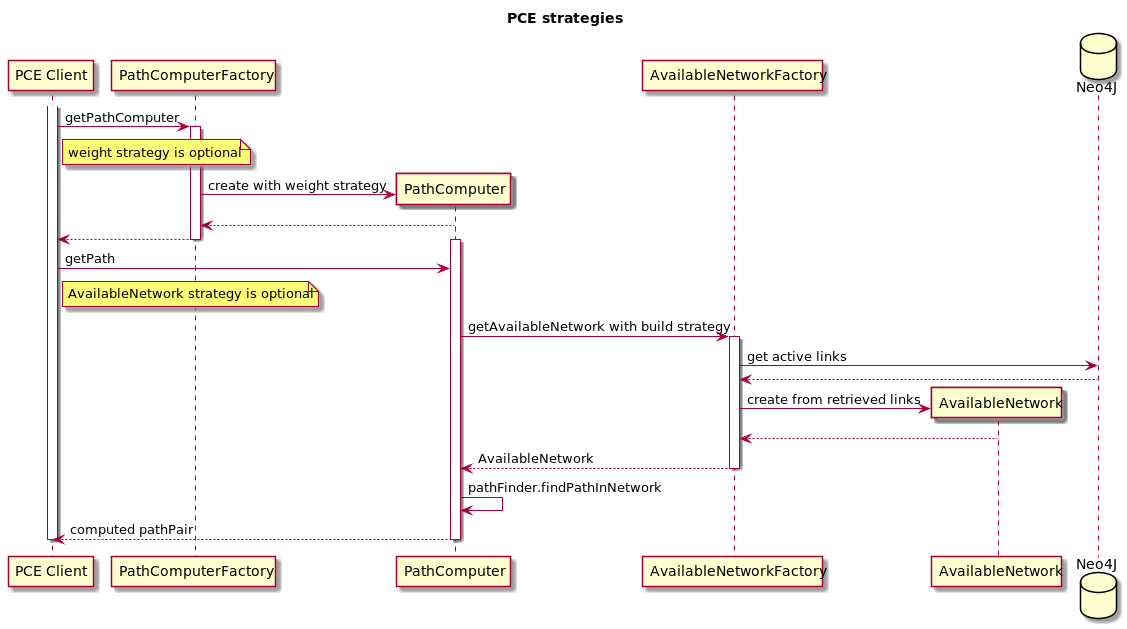
Before: docs/design/solutions/pce-weights-strategies/pce-weights-strategies.png, a diagram exported from PlantUML (telstra/open-kilda). The source it was exported from:
```plantuml
@startuml
title PCE strategies

participant "PCE Client" as Client
participant PathComputerFactory
participant PathComputer
participant AvailableNetworkFactory
participant AvailableNetwork
database Neo4J

activate Client

Client -> PathComputerFactory: getPathComputer
note right of Client: weight strategy is optional

activate PathComputerFactory
create PathComputer
PathComputerFactory -> PathComputer: create with weight strategy
PathComputer --> PathComputerFactory
PathComputerFactory --> Client
deactivate PathComputerFactory

activate PathComputer
Client -> PathComputer: getPath
note right of Client: AvailableNetwork strategy is optional

PathComputer -> AvailableNetworkFactory: getAvailableNetwork with build strategy
activate AvailableNetworkFactory
AvailableNetworkFactory -> Neo4J: get active links
Neo4J --> AvailableNetworkFactory
create AvailableNetwork
AvailableNetworkFactory -> AvailableNetwork: create from retrieved links
AvailableNetwork --> AvailableNetworkFactory
AvailableNetworkFactory --> PathComputer: AvailableNetwork
deactivate AvailableNetworkFactory

PathComputer -> PathComputer: pathFinder.findPathInNetwork
PathComputer --> Client: computed pathPair
deactivate PathComputer

deactivate Client
@enduml
```
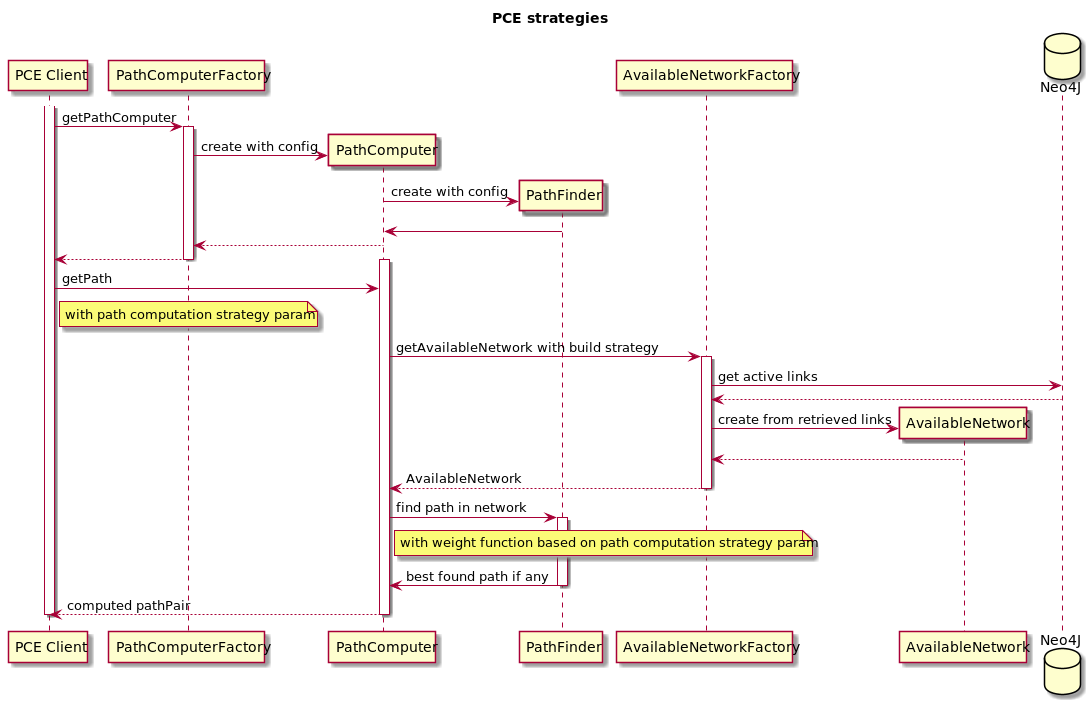
After the change.

The edit, as a diff of the source:
```diff
@@ -4,6 +4,7 @@
 participant "PCE Client" as Client
 participant PathComputerFactory
 participant PathComputer
+participant PathFinder
 participant AvailableNetworkFactory
 participant AvailableNetwork
 database Neo4J
@@ -11,18 +12,20 @@
 activate Client
 
 Client -> PathComputerFactory: getPathComputer
-note right of Client: weight strategy is optional
 
 activate PathComputerFactory
 create PathComputer
-PathComputerFactory -> PathComputer: create with weight strategy
+PathComputerFactory -> PathComputer: create with config
+create PathFinder
+PathComputer -> PathFinder: create with config
+PathFinder -> PathComputer
 PathComputer --> PathComputerFactory
 PathComputerFactory --> Client
 deactivate PathComputerFactory
 
 activate PathComputer
 Client -> PathComputer: getPath
-note right of Client: AvailableNetwork strategy is optional
+note right of Client: with path computation strategy param
 
 PathComputer -> AvailableNetworkFactory: getAvailableNetwork with build strategy
 activate AvailableNetworkFactory
@@ -34,7 +37,11 @@
 AvailableNetworkFactory --> PathComputer: AvailableNetwork
 deactivate AvailableNetworkFactory
 
-PathComputer -> PathComputer: pathFinder.findPathInNetwork
+PathComputer -> PathFinder: find path in network
+activate PathFinder
+note right of PathComputer: with weight function based on path computation strategy param
+PathFinder -> PathComputer: best found path if any
+deactivate PathFinder
 PathComputer --> Client: computed pathPair
 deactivate PathComputer
 
```
